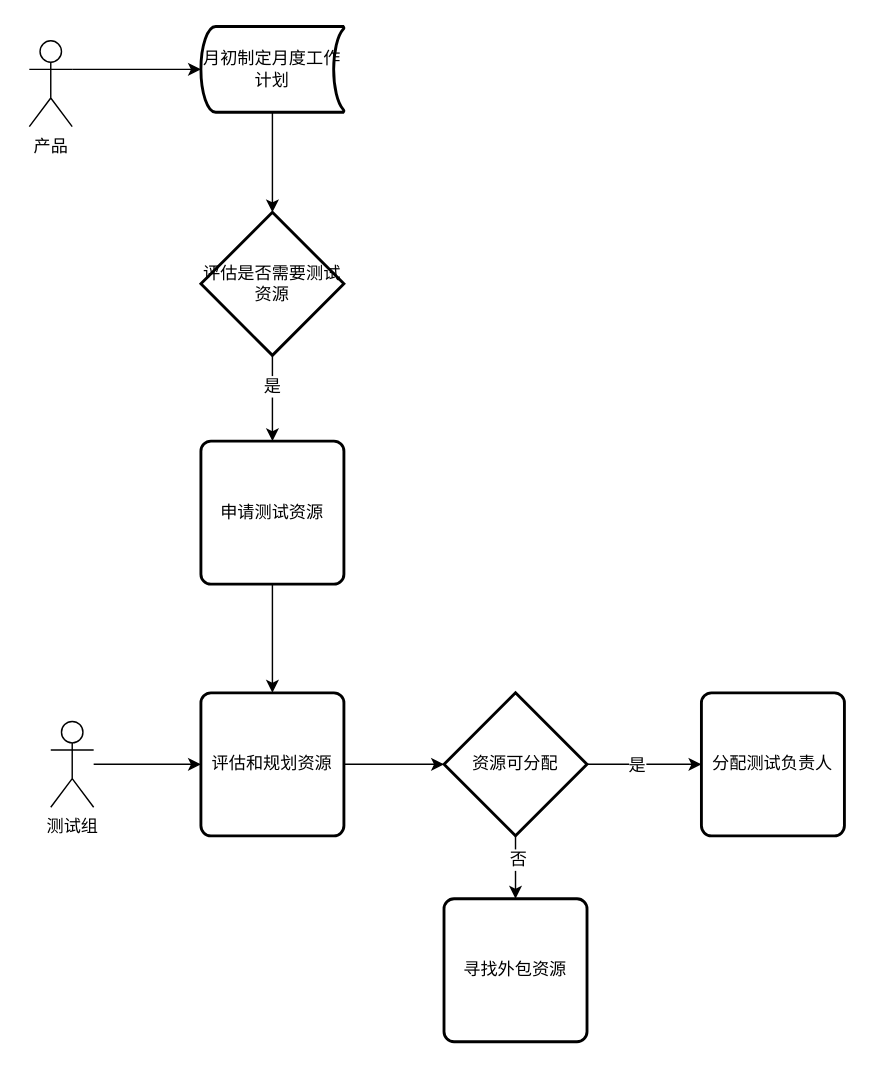
This is test flow.drawio from Tong1990/demo, a draw.io file, before an edit. Source tidied: cells renumbered, new cells numbered last; positions are measured from the earlier drawing's top-left corner, leaving out a move shared by most shapes. Both pictures are drawn from the tidied source at 143%, with x=0, y=0 at pixel (29, 26).
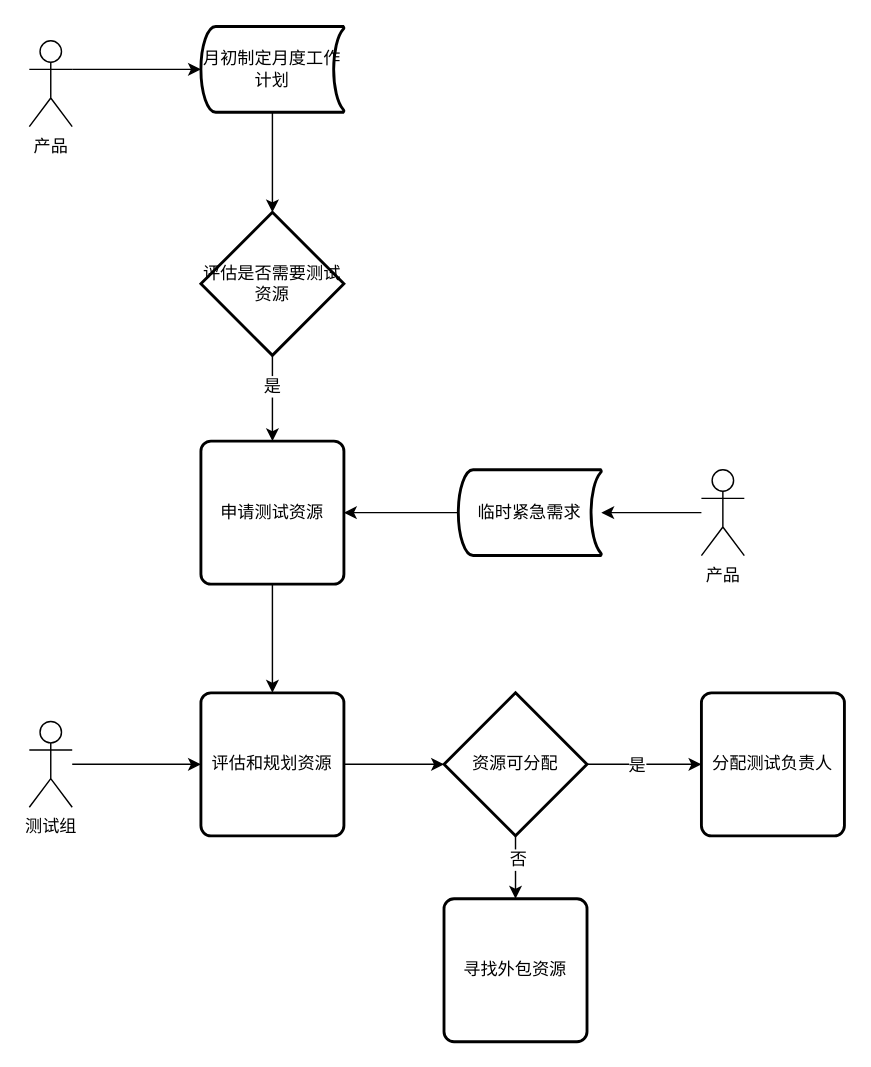
The same diagram, later.

The change refers to these unchanged cells:
```xml
<mxCell id="4" value="申请测试资源" style="rounded=1;whiteSpace=wrap;html=1;absoluteArcSize=1;arcSize=14;strokeWidth=2;" parent="1" vertex="1">
  <mxGeometry x="120" y="290" width="100" height="100" as="geometry" />
</mxCell>
```

What changed in the source:
```diff
@@
     <mxCell id="20" value="测试组" style="shape=umlActor;verticalLabelPosition=bottom;labelBackgroundColor=#ffffff;verticalAlign=top;html=1;" parent="1" vertex="1">
-      <mxGeometry x="15" y="486" width="30" height="60" as="geometry" />
+      <mxGeometry y="486" width="30" height="60" as="geometry" />
     </mxCell>
@@
+    <mxCell id="22" style="edgeStyle=orthogonalEdgeStyle;rounded=0;jettySize=auto;html=1;" parent="1" edge="1" source="23" target="4">
+      <mxGeometry relative="1" as="geometry" />
+    </mxCell>
+    <mxCell id="23" value="临时紧急需求" style="strokeWidth=2;html=1;shape=mxgraph.flowchart.stored_data;whiteSpace=wrap;" parent="1" vertex="1">
+      <mxGeometry x="300" y="310" width="100" height="60" as="geometry" />
+    </mxCell>
+    <mxCell id="24" style="edgeStyle=orthogonalEdgeStyle;rounded=0;jettySize=auto;html=1;" parent="1" edge="1" source="25" target="23">
+      <mxGeometry relative="1" as="geometry" />
+    </mxCell>
+    <mxCell id="25" value="产品" style="shape=umlActor;verticalLabelPosition=bottom;labelBackgroundColor=#ffffff;verticalAlign=top;html=1;" parent="1" vertex="1">
+      <mxGeometry x="470" y="310" width="30" height="60" as="geometry" />
+    </mxCell>
```
